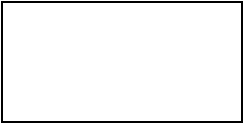
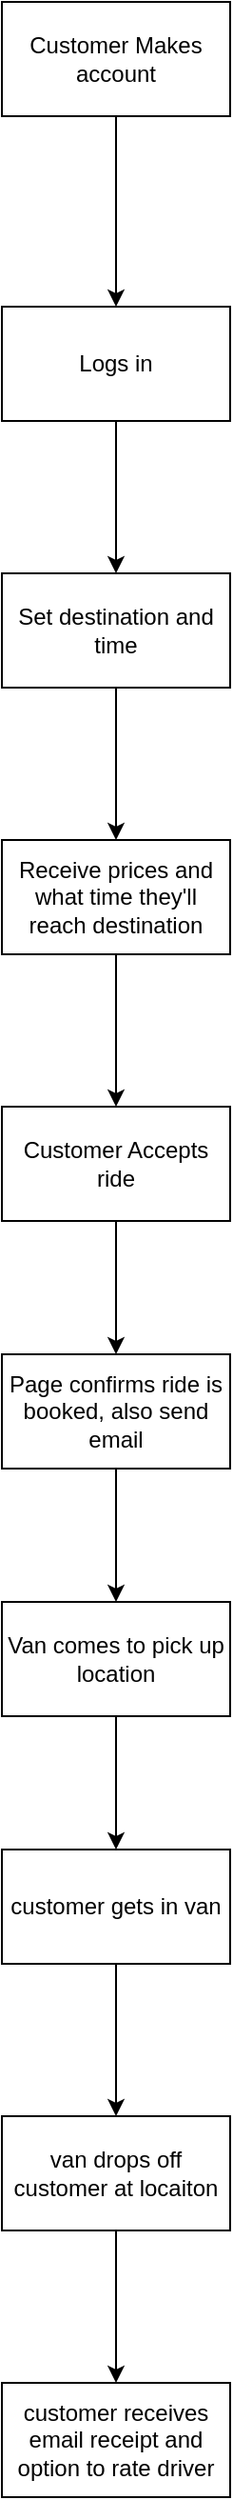
<mxfile host="app.diagrams.net">
  <diagram name="Page-1" id="Bky3vIHkDNee-CK2khSG">
    <mxGraphModel dx="1171" dy="707" grid="1" gridSize="10" guides="1" tooltips="1" connect="1" arrows="1" fold="1" page="1" pageScale="1" pageWidth="850" pageHeight="1100" math="0" shadow="0">
      <root>
        <mxCell id="0" />
        <mxCell id="1" parent="0" />
-         <mxCell id="SQ6RJZ858ZaK-6MbbEiQ-1" parent="1" style="rounded=0;whiteSpace=wrap;html=1;" value="" vertex="1">
-           <mxGeometry height="60" width="120" x="80" y="100" as="geometry" />
+         <mxCell id="30ajlJ3EDaKUPWSMpJR4-3" edge="1" parent="1" source="30ajlJ3EDaKUPWSMpJR4-1" style="edgeStyle=orthogonalEdgeStyle;rounded=0;orthogonalLoop=1;jettySize=auto;html=1;" target="30ajlJ3EDaKUPWSMpJR4-2" value="">
+           <mxGeometry relative="1" as="geometry" />
+         </mxCell>
+         <mxCell id="30ajlJ3EDaKUPWSMpJR4-1" parent="1" style="rounded=0;whiteSpace=wrap;html=1;" value="Customer Makes account" vertex="1">
+           <mxGeometry height="60" width="120" x="30" y="60" as="geometry" />
+         </mxCell>
+         <mxCell id="30ajlJ3EDaKUPWSMpJR4-7" edge="1" parent="1" source="30ajlJ3EDaKUPWSMpJR4-2" style="edgeStyle=orthogonalEdgeStyle;rounded=0;orthogonalLoop=1;jettySize=auto;html=1;" target="30ajlJ3EDaKUPWSMpJR4-6" value="">
+           <mxGeometry relative="1" as="geometry" />
+         </mxCell>
+         <mxCell id="30ajlJ3EDaKUPWSMpJR4-2" parent="1" style="rounded=0;whiteSpace=wrap;html=1;" value="Logs in" vertex="1">
+           <mxGeometry height="60" width="120" x="30" y="220" as="geometry" />
+         </mxCell>
+         <mxCell id="30ajlJ3EDaKUPWSMpJR4-9" edge="1" parent="1" source="30ajlJ3EDaKUPWSMpJR4-6" style="edgeStyle=orthogonalEdgeStyle;rounded=0;orthogonalLoop=1;jettySize=auto;html=1;" target="30ajlJ3EDaKUPWSMpJR4-8" value="">
+           <mxGeometry relative="1" as="geometry" />
+         </mxCell>
+         <mxCell id="30ajlJ3EDaKUPWSMpJR4-6" parent="1" style="whiteSpace=wrap;html=1;rounded=0;" value="Set destination and time" vertex="1">
+           <mxGeometry height="60" width="120" x="30" y="360" as="geometry" />
+         </mxCell>
+         <mxCell id="30ajlJ3EDaKUPWSMpJR4-11" edge="1" parent="1" source="30ajlJ3EDaKUPWSMpJR4-8" style="edgeStyle=orthogonalEdgeStyle;rounded=0;orthogonalLoop=1;jettySize=auto;html=1;" target="30ajlJ3EDaKUPWSMpJR4-10" value="">
+           <mxGeometry relative="1" as="geometry" />
+         </mxCell>
+         <mxCell id="30ajlJ3EDaKUPWSMpJR4-8" parent="1" style="whiteSpace=wrap;html=1;rounded=0;" value="Receive prices and what time they&#39;ll reach destination" vertex="1">
+           <mxGeometry height="60" width="120" x="30" y="500" as="geometry" />
+         </mxCell>
+         <mxCell id="30ajlJ3EDaKUPWSMpJR4-13" edge="1" parent="1" source="30ajlJ3EDaKUPWSMpJR4-10" style="edgeStyle=orthogonalEdgeStyle;rounded=0;orthogonalLoop=1;jettySize=auto;html=1;" target="30ajlJ3EDaKUPWSMpJR4-12" value="">
+           <mxGeometry relative="1" as="geometry" />
+         </mxCell>
+         <mxCell id="30ajlJ3EDaKUPWSMpJR4-10" parent="1" style="whiteSpace=wrap;html=1;rounded=0;" value="Customer Accepts ride" vertex="1">
+           <mxGeometry height="60" width="120" x="30" y="640" as="geometry" />
+         </mxCell>
+         <mxCell id="30ajlJ3EDaKUPWSMpJR4-26" edge="1" parent="1" source="30ajlJ3EDaKUPWSMpJR4-12" style="edgeStyle=orthogonalEdgeStyle;rounded=0;orthogonalLoop=1;jettySize=auto;html=1;exitX=0.5;exitY=1;exitDx=0;exitDy=0;" target="30ajlJ3EDaKUPWSMpJR4-17">
+           <mxGeometry relative="1" as="geometry" />
+         </mxCell>
+         <mxCell id="30ajlJ3EDaKUPWSMpJR4-12" parent="1" style="whiteSpace=wrap;html=1;rounded=0;" value="Page confirms ride is booked, also send email" vertex="1">
+           <mxGeometry height="60" width="120" x="30" y="770" as="geometry" />
+         </mxCell>
+         <mxCell id="30ajlJ3EDaKUPWSMpJR4-19" edge="1" parent="1" source="30ajlJ3EDaKUPWSMpJR4-17" style="edgeStyle=orthogonalEdgeStyle;rounded=0;orthogonalLoop=1;jettySize=auto;html=1;" target="30ajlJ3EDaKUPWSMpJR4-18" value="">
+           <mxGeometry relative="1" as="geometry" />
+         </mxCell>
+         <mxCell id="30ajlJ3EDaKUPWSMpJR4-17" parent="1" style="rounded=0;whiteSpace=wrap;html=1;" value="Van comes to pick up location" vertex="1">
+           <mxGeometry height="60" width="120" x="30" y="900" as="geometry" />
+         </mxCell>
+         <mxCell id="30ajlJ3EDaKUPWSMpJR4-21" edge="1" parent="1" source="30ajlJ3EDaKUPWSMpJR4-18" style="edgeStyle=orthogonalEdgeStyle;rounded=0;orthogonalLoop=1;jettySize=auto;html=1;" target="30ajlJ3EDaKUPWSMpJR4-20" value="">
+           <mxGeometry relative="1" as="geometry" />
+         </mxCell>
+         <mxCell id="30ajlJ3EDaKUPWSMpJR4-18" parent="1" style="rounded=0;whiteSpace=wrap;html=1;" value="customer gets in van" vertex="1">
+           <mxGeometry height="60" width="120" x="30" y="1030" as="geometry" />
+         </mxCell>
+         <mxCell id="30ajlJ3EDaKUPWSMpJR4-23" edge="1" parent="1" source="30ajlJ3EDaKUPWSMpJR4-20" style="edgeStyle=orthogonalEdgeStyle;rounded=0;orthogonalLoop=1;jettySize=auto;html=1;" target="30ajlJ3EDaKUPWSMpJR4-22" value="">
+           <mxGeometry relative="1" as="geometry" />
+         </mxCell>
+         <mxCell id="30ajlJ3EDaKUPWSMpJR4-20" parent="1" style="rounded=0;whiteSpace=wrap;html=1;" value="van drops off customer at locaiton" vertex="1">
+           <mxGeometry height="60" width="120" x="30" y="1170" as="geometry" />
+         </mxCell>
+         <mxCell id="30ajlJ3EDaKUPWSMpJR4-22" parent="1" style="rounded=0;whiteSpace=wrap;html=1;" value="customer receives email receipt and option to rate driver" vertex="1">
+           <mxGeometry height="60" width="120" x="30" y="1310" as="geometry" />
        </mxCell>
      </root>
    </mxGraphModel>
  </diagram>
</mxfile>
